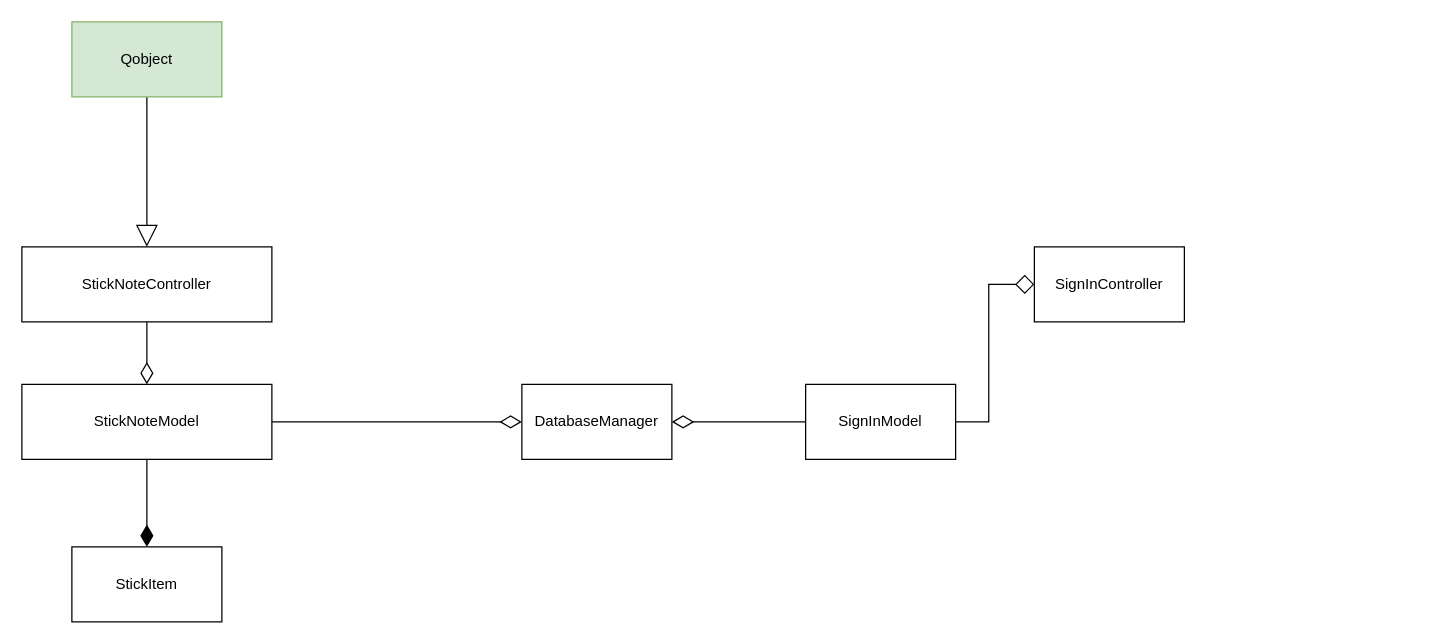
Earlier version of the draw.io diagram Biểu đồ không có tiêu đề.drawio (DongTrieu1998/UML). Source tidied: cells renumbered, new cells numbered last; positions are measured from the earlier drawing's top-left corner, leaving out a move shared by most shapes. Both pictures are drawn from the tidied source at 125%, with x=0, y=0 at pixel (21, 21).
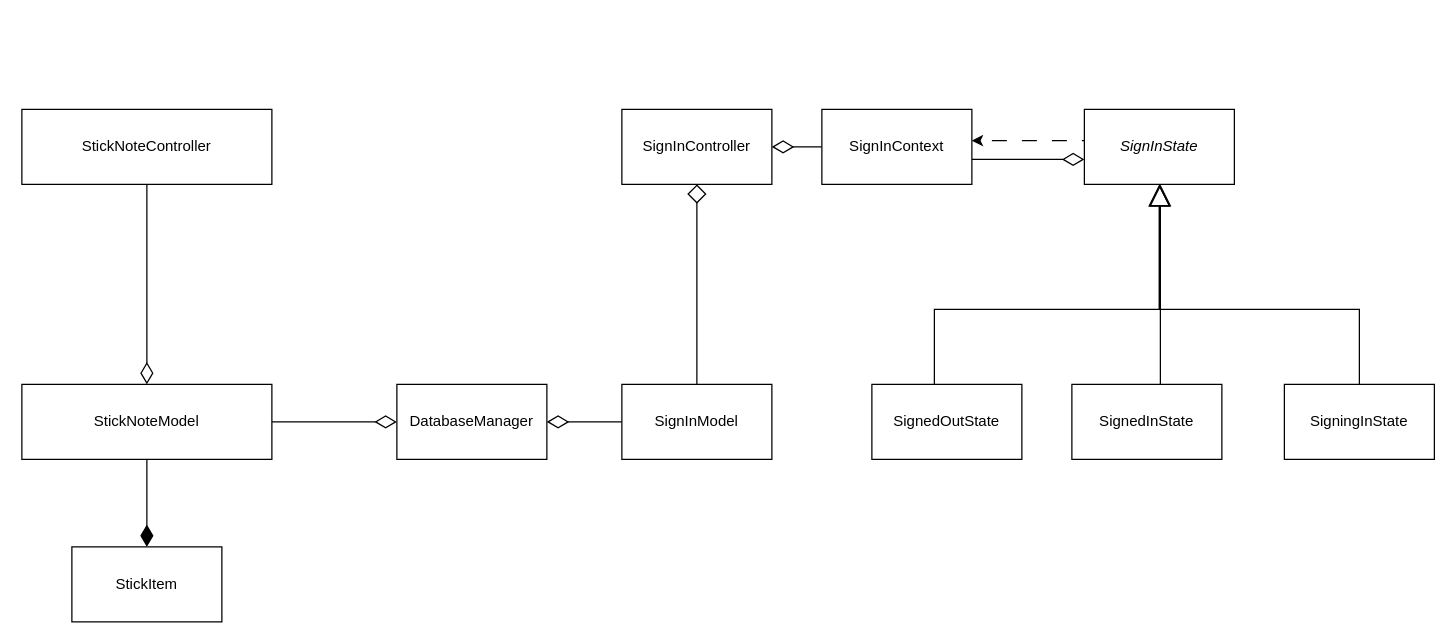
After the change.

What changed in the source:
```diff
@@
     <mxCell id="3" value="StickNoteController" style="rounded=0;whiteSpace=wrap;html=1;" parent="1" vertex="1">
-      <mxGeometry y="180" width="200" height="60" as="geometry" />
+      <mxGeometry y="70" width="200" height="60" as="geometry" />
     </mxCell>
@@
-    <mxCell id="8" style="edgeStyle=orthogonalEdgeStyle;rounded=0;jettySize=auto;html=1;endArrow=block;endFill=0;endSize=15;" parent="1" edge="1" source="9" target="3">
-      <mxGeometry relative="1" as="geometry">
-        <Array as="points">
-          <mxPoint x="100" y="90" />
-          <mxPoint x="100" y="90" />
-        </Array>
-      </mxGeometry>
-    </mxCell>
-    <mxCell id="9" value="Qobject" style="rounded=0;whiteSpace=wrap;html=1;fillColor=#d5e8d4;strokeColor=#82b366;" parent="1" vertex="1">
-      <mxGeometry x="40" width="120" height="60" as="geometry" />
-    </mxCell>
     <mxCell id="10" value="DatabaseManager" style="rounded=0;whiteSpace=wrap;html=1;" parent="1" vertex="1">
-      <mxGeometry x="400" y="290" width="120" height="60" as="geometry" />
+      <mxGeometry x="300" y="290" width="120" height="60" as="geometry" />
     </mxCell>
     <mxCell id="11" value="SignInController" style="rounded=0;whiteSpace=wrap;html=1;" parent="1" vertex="1">
-      <mxGeometry x="810" y="180" width="120" height="60" as="geometry" />
+      <mxGeometry x="480" y="70" width="120" height="60" as="geometry" />
     </mxCell>
-    <mxCell id="12" style="edgeStyle=orthogonalEdgeStyle;rounded=0;jettySize=auto;html=1;endArrow=diamond;endFill=0;strokeWidth=1;endSize=13;entryX=0;entryY=0.5;entryDx=0;entryDy=0;" parent="1" edge="1" source="14" target="11">
-      <mxGeometry relative="1" as="geometry" />
+    <mxCell id="12" style="edgeStyle=orthogonalEdgeStyle;rounded=0;jettySize=auto;html=1;endArrow=diamond;endFill=0;strokeWidth=1;endSize=13;entryX=0.5;entryY=1;entryDx=0;entryDy=0;exitX=0.5;exitY=0;exitDx=0;exitDy=0;" parent="1" edge="1" source="14" target="11">
+      <mxGeometry relative="1" as="geometry">
+        <Array as="points">
+          <mxPoint x="540" y="160" />
+          <mxPoint x="540" y="160" />
+        </Array>
+      </mxGeometry>
     </mxCell>
@@
     <mxCell id="14" value="SignInModel" style="rounded=0;whiteSpace=wrap;html=1;" parent="1" vertex="1">
-      <mxGeometry x="627" y="290" width="120" height="60" as="geometry" />
+      <mxGeometry x="480" y="290" width="120" height="60" as="geometry" />
     </mxCell>
+    <mxCell id="15" style="edgeStyle=orthogonalEdgeStyle;rounded=0;jettySize=auto;html=1;exitX=1;exitY=0.25;exitDx=0;exitDy=0;dashed=1;dashPattern=12 12;" parent="1" edge="1" source="16" target="19">
+      <mxGeometry relative="1" as="geometry">
+        <Array as="points">
+          <mxPoint x="970" y="95" />
+        </Array>
+      </mxGeometry>
+    </mxCell>
+    <mxCell id="16" value="&lt;span class=&quot;hljs-title class_&quot;&gt;&lt;i&gt;SignInState&lt;/i&gt;&lt;/span&gt;" style="rounded=0;whiteSpace=wrap;html=1;" parent="1" vertex="1">
+      <mxGeometry x="850" y="70" width="120" height="60" as="geometry" />
+    </mxCell>
+    <mxCell id="17" style="edgeStyle=orthogonalEdgeStyle;rounded=0;jettySize=auto;html=1;endArrow=diamondThin;endFill=0;endSize=15;" parent="1" edge="1" source="19" target="16">
+      <mxGeometry relative="1" as="geometry">
+        <Array as="points">
+          <mxPoint x="810" y="110" />
+          <mxPoint x="810" y="110" />
+        </Array>
+      </mxGeometry>
+    </mxCell>
+    <mxCell id="18" style="edgeStyle=orthogonalEdgeStyle;rounded=0;jettySize=auto;html=1;endArrow=diamondThin;endFill=0;endSize=15;" parent="1" edge="1" source="19" target="11">
+      <mxGeometry relative="1" as="geometry" />
+    </mxCell>
+    <mxCell id="19" value="SignInContext" style="rounded=0;whiteSpace=wrap;html=1;" parent="1" vertex="1">
+      <mxGeometry x="640" y="70" width="120" height="60" as="geometry" />
+    </mxCell>
+    <mxCell id="20" style="edgeStyle=orthogonalEdgeStyle;rounded=0;jettySize=auto;html=1;endArrow=block;endFill=0;endSize=15;exitX=0.425;exitY=0.038;exitDx=0;exitDy=0;exitPerimeter=0;" parent="1" edge="1" source="21" target="16">
+      <mxGeometry relative="1" as="geometry">
+        <Array as="points">
+          <mxPoint x="730" y="292" />
+          <mxPoint x="730" y="230" />
+          <mxPoint x="910" y="230" />
+        </Array>
+      </mxGeometry>
+    </mxCell>
+    <mxCell id="21" value="&lt;span class=&quot;hljs-title class_&quot;&gt;SignedOutState&lt;/span&gt;" style="rounded=0;whiteSpace=wrap;html=1;" parent="1" vertex="1">
+      <mxGeometry x="680" y="290" width="120" height="60" as="geometry" />
+    </mxCell>
+    <mxCell id="22" style="edgeStyle=orthogonalEdgeStyle;rounded=0;orthogonalLoop=1;jettySize=auto;html=1;endArrow=block;endFill=0;endSize=15;exitX=0.5;exitY=0;exitDx=0;exitDy=0;" parent="1" edge="1">
+      <mxGeometry relative="1" as="geometry">
+        <mxPoint x="909.2" y="330.5" as="sourcePoint" />
+        <mxPoint x="910.8" y="130" as="targetPoint" />
+        <Array as="points">
+          <mxPoint x="911" y="331" />
+        </Array>
+      </mxGeometry>
+    </mxCell>
+    <mxCell id="23" value="&lt;span class=&quot;hljs-title class_&quot;&gt;SignedInState&lt;/span&gt;" style="rounded=0;whiteSpace=wrap;html=1;" parent="1" vertex="1">
+      <mxGeometry x="840" y="290" width="120" height="60" as="geometry" />
+    </mxCell>
+    <mxCell id="24" style="edgeStyle=orthogonalEdgeStyle;rounded=0;jettySize=auto;html=1;endArrow=block;endFill=0;endSize=15;" parent="1" edge="1" target="16">
+      <mxGeometry relative="1" as="geometry">
+        <mxPoint x="1070" y="310" as="sourcePoint" />
+        <Array as="points">
+          <mxPoint x="1070" y="230" />
+          <mxPoint x="910" y="230" />
+        </Array>
+      </mxGeometry>
+    </mxCell>
+    <mxCell id="25" value="&lt;span class=&quot;hljs-title class_&quot;&gt;SigningInState&lt;/span&gt;" style="rounded=0;whiteSpace=wrap;html=1;" parent="1" vertex="1">
+      <mxGeometry x="1010" y="290" width="120" height="60" as="geometry" />
+    </mxCell>
```
